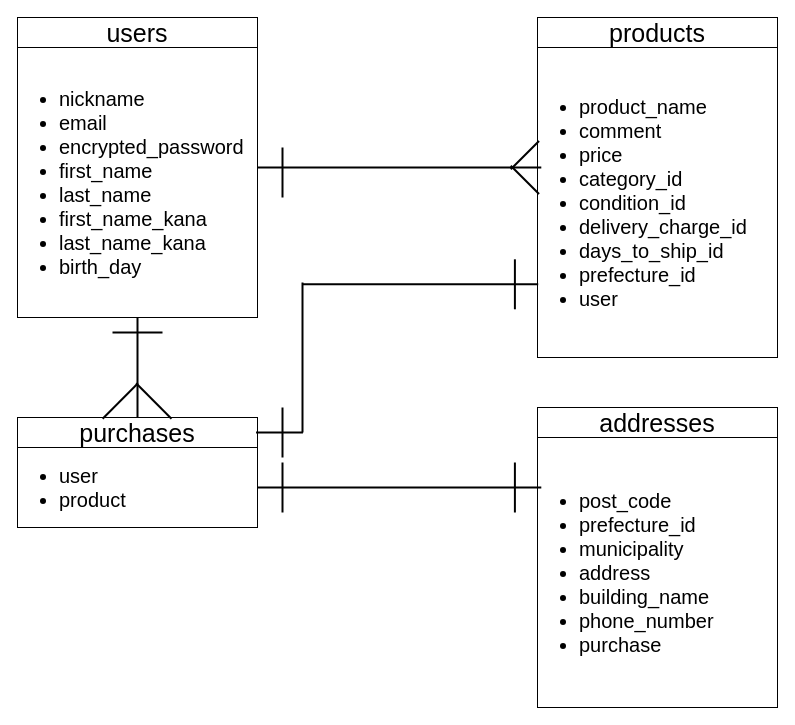
Earlier version of the draw.io diagram .dio (shuto012/furima-38188). Source tidied: cells renumbered, new cells numbered last; positions are measured from the earlier drawing's top-left corner, leaving out a move shared by most shapes. Both pictures are drawn from the tidied source at 100%, with x=0, y=0 at pixel (17, 17).
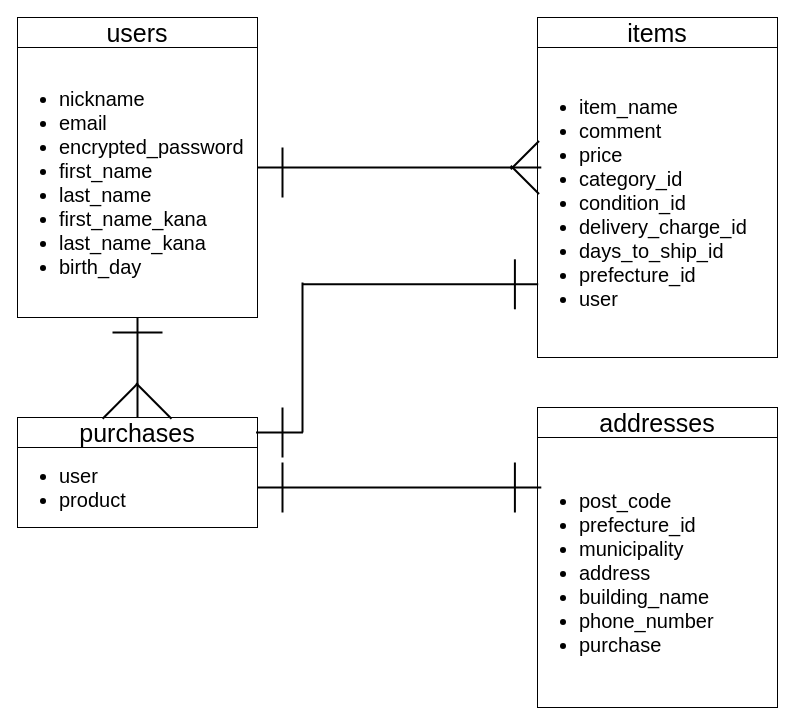
After the change.

What changed in the source:
```diff
@@
-    <mxCell id="4" value="&lt;span style=&quot;font-size: 25px&quot;&gt;products&lt;/span&gt;" style="whiteSpace=wrap;html=1;" parent="1" vertex="1">
+    <mxCell id="4" value="&lt;span style=&quot;font-size: 25px&quot;&gt;items&lt;/span&gt;" style="whiteSpace=wrap;html=1;" parent="1" vertex="1">
       <mxGeometry x="520" width="240" height="30" as="geometry" />
     </mxCell>
-    <mxCell id="5" value="&lt;ul style=&quot;font-size: 20px&quot;&gt;&lt;li&gt;product_name&lt;/li&gt;&lt;li&gt;comment&lt;/li&gt;&lt;li&gt;price&lt;/li&gt;&lt;li&gt;category_id&lt;/li&gt;&lt;li&gt;condition_id&lt;/li&gt;&lt;li&gt;delivery_charge_id&lt;/li&gt;&lt;li&gt;days_to_ship_id&lt;/li&gt;&lt;li&gt;prefecture_id&lt;/li&gt;&lt;li&gt;user&lt;/li&gt;&lt;/ul&gt;" style="whiteSpace=wrap;html=1;fontSize=25;align=left;" parent="1" vertex="1">
+    <mxCell id="5" value="&lt;ul style=&quot;font-size: 20px&quot;&gt;&lt;li&gt;item_name&lt;/li&gt;&lt;li&gt;comment&lt;/li&gt;&lt;li&gt;price&lt;/li&gt;&lt;li&gt;category_id&lt;/li&gt;&lt;li&gt;condition_id&lt;/li&gt;&lt;li&gt;delivery_charge_id&lt;/li&gt;&lt;li&gt;days_to_ship_id&lt;/li&gt;&lt;li&gt;prefecture_id&lt;/li&gt;&lt;li&gt;user&lt;/li&gt;&lt;/ul&gt;" style="whiteSpace=wrap;html=1;fontSize=25;align=left;" parent="1" vertex="1">
       <mxGeometry x="520" y="30" width="240" height="310" as="geometry" />
     </mxCell>
```
